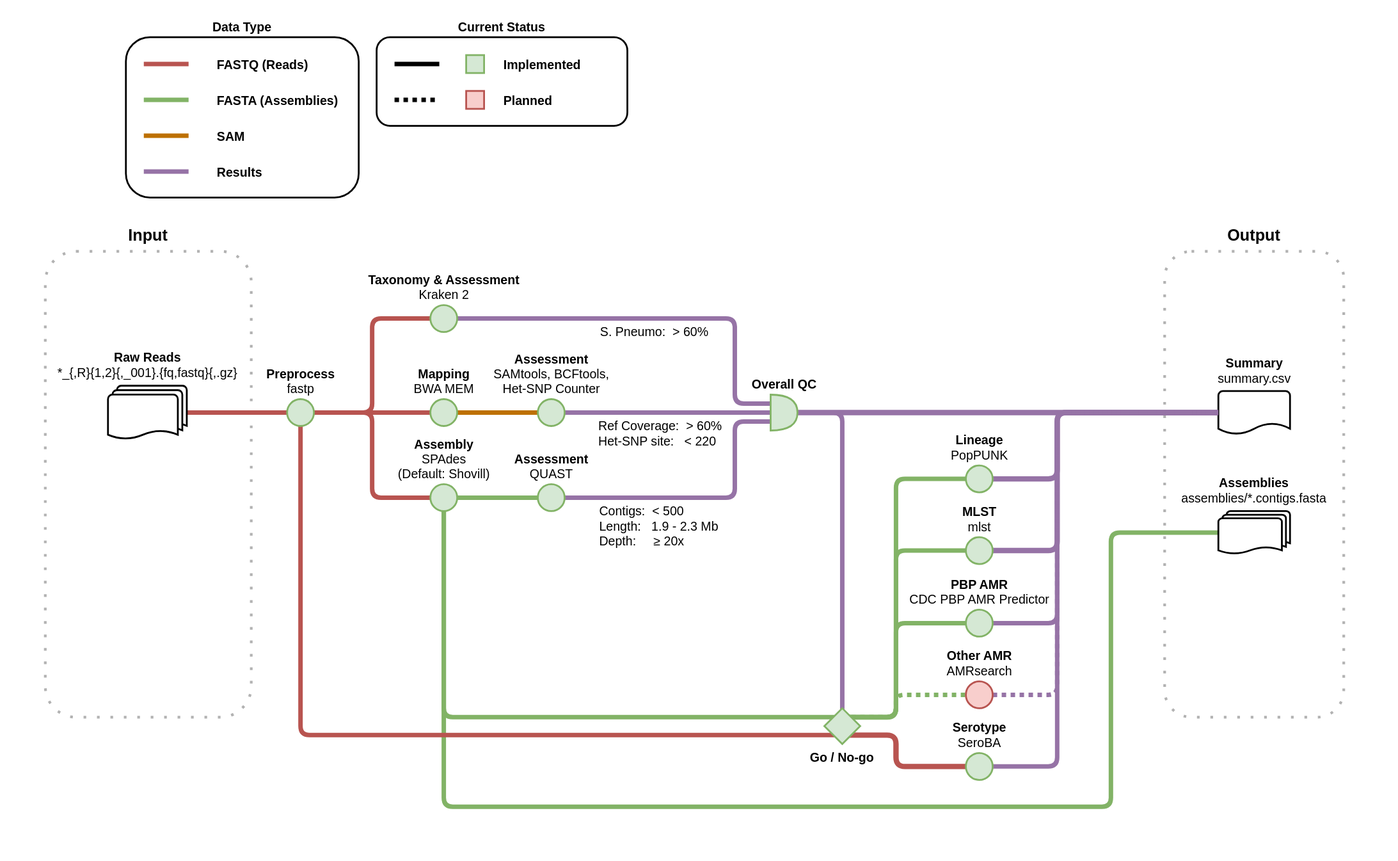
Above: doc/workflow.drawio.svg in sanger-bentley-group/gps-pipeline (draw.io), before the change. Source tidied: cells renumbered, new cells last; positions are measured from the earlier drawing's top-left corner, leaving out a move shared by most shapes.
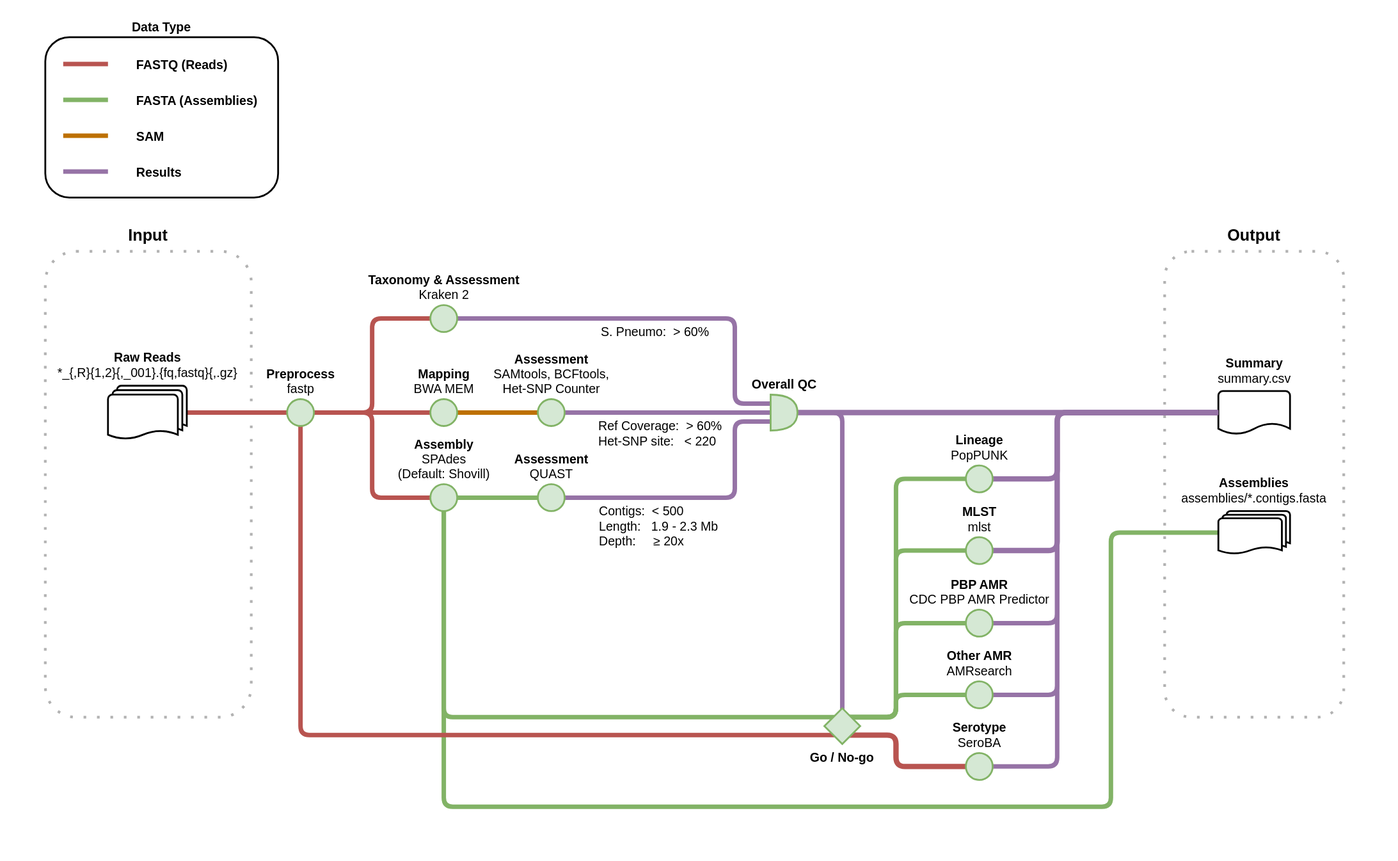
The same file after the commit.

What changed in the source:
```diff
@@ -11,11 +11,8 @@
     <mxCell id="4" value="Input" style="rounded=1;strokeColor=#000000;fillColor=none;dashed=1;strokeWidth=3;fontStyle=1;labelPosition=center;verticalLabelPosition=top;align=center;verticalAlign=bottom;fontSize=18;spacing=8;dashPattern=1 4;opacity=30;" parent="1" vertex="1">
       <mxGeometry x="50" y="280" width="230" height="520" as="geometry" />
     </mxCell>
-    <mxCell id="5" value="&lt;b style=&quot;font-size: 14px;&quot;&gt;Current Status&lt;/b&gt;" style="rounded=1;whiteSpace=wrap;html=1;strokeWidth=2;fillColor=none;labelPosition=center;verticalLabelPosition=top;align=center;verticalAlign=bottom;fontSize=14;" parent="1" vertex="1">
-      <mxGeometry x="420" y="41" width="280" height="99" as="geometry" />
-    </mxCell>
     <mxCell id="6" value="Data Type" style="rounded=1;whiteSpace=wrap;html=1;strokeWidth=2;fillColor=none;fontStyle=1;labelPosition=center;verticalLabelPosition=top;align=center;verticalAlign=bottom;spacing=2;fontSize=14;" parent="1" vertex="1">
-      <mxGeometry x="140" y="41" width="260" height="179" as="geometry" />
+      <mxGeometry x="50" y="41" width="260" height="179" as="geometry" />
     </mxCell>
     <mxCell id="7" style="edgeStyle=orthogonalEdgeStyle;rounded=1;jettySize=auto;html=1;entryX=0;entryY=0.5;entryDx=0;entryDy=0;endArrow=none;endFill=0;strokeWidth=5;fillColor=#f8cecc;strokeColor=#b85450;" parent="1" edge="1" source="8" target="54">
       <mxGeometry relative="1" as="geometry" />
@@ -34,8 +31,8 @@
     </mxCell>
     <mxCell id="12" style="endArrow=none;html=1;rounded=1;strokeWidth=5;fillColor=#f8cecc;strokeColor=#b85450;" parent="1" edge="1">
       <mxGeometry relative="1" as="geometry">
-        <mxPoint x="160" y="71" as="sourcePoint" />
-        <mxPoint x="210" y="71" as="targetPoint" />
+        <mxPoint x="70" y="71" as="sourcePoint" />
+        <mxPoint x="120" y="71" as="targetPoint" />
       </mxGeometry>
     </mxCell>
     <mxCell id="13" value="FASTQ (Reads)" style="edgeLabel;html=1;align=left;verticalAlign=middle;fontStyle=1;labelBackgroundColor=none;rounded=1;fontSize=14;" parent="12" vertex="1">
@@ -99,8 +96,8 @@
     </mxCell>
     <mxCell id="24" style="endArrow=none;html=1;rounded=1;strokeWidth=5;fillColor=#d5e8d4;strokeColor=#82b366;" parent="1" edge="1">
       <mxGeometry relative="1" as="geometry">
-        <mxPoint x="160" y="111" as="sourcePoint" />
-        <mxPoint x="210" y="111" as="targetPoint" />
+        <mxPoint x="70" y="111" as="sourcePoint" />
+        <mxPoint x="120" y="111" as="targetPoint" />
       </mxGeometry>
     </mxCell>
     <mxCell id="25" value="FASTA (Assemblies)" style="edgeLabel;html=1;align=left;verticalAlign=middle;fontStyle=1;labelBackgroundColor=none;rounded=1;fontSize=14;" parent="24" vertex="1">
@@ -110,8 +107,8 @@
     </mxCell>
     <mxCell id="26" style="endArrow=none;html=1;rounded=1;strokeWidth=5;fillColor=#f0a30a;strokeColor=#BD7000;" parent="1" edge="1">
       <mxGeometry relative="1" as="geometry">
-        <mxPoint x="160" y="151" as="sourcePoint" />
-        <mxPoint x="210" y="151" as="targetPoint" />
+        <mxPoint x="70" y="151" as="sourcePoint" />
+        <mxPoint x="120" y="151" as="targetPoint" />
       </mxGeometry>
     </mxCell>
     <mxCell id="27" value="SAM" style="edgeLabel;html=1;align=left;verticalAlign=middle;fontStyle=1;labelBackgroundColor=none;rounded=1;fontSize=14;" parent="26" vertex="1">
@@ -134,8 +131,8 @@
     </mxCell>
     <mxCell id="30" style="endArrow=none;html=1;rounded=1;strokeWidth=5;fillColor=#e1d5e7;strokeColor=#9673a6;" parent="1" edge="1">
       <mxGeometry relative="1" as="geometry">
-        <mxPoint x="160" y="191" as="sourcePoint" />
-        <mxPoint x="210" y="191" as="targetPoint" />
+        <mxPoint x="70" y="191" as="sourcePoint" />
+        <mxPoint x="120" y="191" as="targetPoint" />
       </mxGeometry>
     </mxCell>
     <mxCell id="31" value="Results" style="edgeLabel;html=1;align=left;verticalAlign=middle;fontStyle=1;labelBackgroundColor=none;rounded=1;fontSize=14;" parent="30" vertex="1">
@@ -209,34 +206,6 @@
     <mxCell id="40" value="&lt;b style=&quot;font-size: 14px&quot;&gt;Summary&lt;/b&gt;&lt;br style=&quot;font-size: 14px&quot;&gt;summary.csv" style="strokeWidth=2;html=1;shape=mxgraph.flowchart.document2;size=0.25;labelPosition=center;verticalLabelPosition=top;align=center;verticalAlign=bottom;rounded=1;spacing=5;fontSize=14;" parent="1" vertex="1">
       <mxGeometry x="1360" y="436" width="80" height="48" as="geometry" />
     </mxCell>
-    <mxCell id="41" style="endArrow=none;html=1;rounded=1;strokeWidth=5;fillColor=#f8cecc;strokeColor=#000000;" parent="1" edge="1">
-      <mxGeometry relative="1" as="geometry">
-        <mxPoint x="440" y="71" as="sourcePoint" />
-        <mxPoint x="490" y="71" as="targetPoint" />
-      </mxGeometry>
-    </mxCell>
-    <mxCell id="42" value="Implemented" style="edgeLabel;html=1;align=left;verticalAlign=middle;fontStyle=1;labelBackgroundColor=none;rounded=1;fontSize=14;" parent="41" vertex="1">
-      <mxGeometry x="0.4" relative="1" as="geometry">
-        <mxPoint x="85" as="offset" />
-      </mxGeometry>
-    </mxCell>
-    <mxCell id="43" style="endArrow=none;html=1;rounded=1;strokeWidth=5;fillColor=#f8cecc;strokeColor=#000000;dashed=1;dashPattern=1 1;" parent="1" edge="1">
-      <mxGeometry relative="1" as="geometry">
-        <mxPoint x="440" y="111" as="sourcePoint" />
-        <mxPoint x="490" y="111" as="targetPoint" />
-      </mxGeometry>
-    </mxCell>
-    <mxCell id="44" value="Planned" style="edgeLabel;html=1;align=left;verticalAlign=middle;fontStyle=1;labelBackgroundColor=none;rounded=1;fontSize=14;" parent="43" vertex="1">
-      <mxGeometry x="0.4" relative="1" as="geometry">
-        <mxPoint x="85" as="offset" />
-      </mxGeometry>
-    </mxCell>
-    <mxCell id="45" style="whiteSpace=wrap;html=1;fillColor=#d5e8d4;strokeColor=#82b366;strokeWidth=2;" parent="1" vertex="1">
-      <mxGeometry x="520" y="61" width="20" height="20" as="geometry" />
-    </mxCell>
-    <mxCell id="46" style="whiteSpace=wrap;html=1;fillColor=#f8cecc;strokeColor=#b85450;strokeWidth=2;" parent="1" vertex="1">
-      <mxGeometry x="520" y="101" width="20" height="20" as="geometry" />
-    </mxCell>
     <mxCell id="47" value="&lt;b style=&quot;font-size: 14px&quot;&gt;Assemblies&lt;/b&gt;&lt;br style=&quot;font-size: 14px&quot;&gt;assemblies/*.contigs.fasta" style="strokeWidth=2;html=1;shape=mxgraph.flowchart.multi-document;whiteSpace=wrap;size=0.25;labelPosition=center;verticalLabelPosition=top;align=center;verticalAlign=bottom;rounded=1;spacing=5;fontSize=14;" parent="1" vertex="1">
       <mxGeometry x="1360" y="570" width="80" height="48" as="geometry" />
     </mxCell>
@@ -266,7 +235,7 @@
     <mxCell id="54" value="&lt;b style=&quot;font-size: 14px;&quot;&gt;Preprocess&lt;/b&gt;&lt;br style=&quot;font-size: 14px;&quot;&gt;fastp" style="ellipse;html=1;strokeWidth=2;labelPosition=center;verticalLabelPosition=top;align=center;verticalAlign=bottom;fillColor=#d5e8d4;strokeColor=#82b366;rounded=1;fontSize=14;" parent="1" vertex="1">
       <mxGeometry x="320" y="445" width="30" height="30" as="geometry" />
     </mxCell>
-    <mxCell id="55" style="edgeStyle=orthogonalEdgeStyle;html=1;entryX=0;entryY=0.5;entryDx=0;entryDy=0;exitX=0.5;exitY=0.248;exitDx=0;exitDy=0;exitPerimeter=0;dashed=1;dashPattern=1 1;strokeWidth=5;endArrow=none;endFill=0;fillColor=#d5e8d4;strokeColor=#82b366;" parent="1" edge="1" source="56" target="63">
+    <mxCell id="55" style="edgeStyle=orthogonalEdgeStyle;html=1;entryX=0;entryY=0.5;entryDx=0;entryDy=0;exitX=0.5;exitY=0.248;exitDx=0;exitDy=0;exitPerimeter=0;strokeWidth=5;endArrow=none;endFill=0;fillColor=#d5e8d4;strokeColor=#82b366;" parent="1" edge="1" source="56" target="63">
       <mxGeometry relative="1" as="geometry">
         <Array as="points">
           <mxPoint x="1000" y="800" />
@@ -292,7 +261,7 @@
     <mxCell id="61" value="&lt;b style=&quot;font-size: 14px;&quot;&gt;Serotype&lt;/b&gt;&lt;br style=&quot;font-size: 14px;&quot;&gt;SeroBA" style="ellipse;html=1;strokeWidth=2;labelPosition=center;verticalLabelPosition=top;align=center;verticalAlign=bottom;fillColor=#d5e8d4;strokeColor=#82b366;rounded=1;fontSize=14;" parent="1" vertex="1">
       <mxGeometry x="1078" y="840" width="30" height="30" as="geometry" />
     </mxCell>
-    <mxCell id="62" style="edgeStyle=orthogonalEdgeStyle;html=1;entryX=0;entryY=0.5;entryDx=0;entryDy=0;entryPerimeter=0;dashed=1;dashPattern=1 1;endArrow=none;endFill=0;strokeWidth=5;fillColor=#e1d5e7;strokeColor=#9673a6;" parent="1" edge="1" source="63" target="40">
+    <mxCell id="62" style="edgeStyle=orthogonalEdgeStyle;html=1;entryX=0;entryY=0.5;entryDx=0;entryDy=0;entryPerimeter=0;endArrow=none;endFill=0;strokeWidth=5;fillColor=#e1d5e7;strokeColor=#9673a6;" parent="1" edge="1" source="63" target="40">
       <mxGeometry relative="1" as="geometry">
         <Array as="points">
           <mxPoint x="1180" y="775" />
@@ -300,7 +269,7 @@
         </Array>
       </mxGeometry>
     </mxCell>
-    <mxCell id="63" value="&lt;b&gt;Other AMR&lt;/b&gt;&lt;br&gt;AMRsearch" style="ellipse;html=1;strokeWidth=2;labelPosition=center;verticalLabelPosition=top;align=center;verticalAlign=bottom;fillColor=#f8cecc;strokeColor=#b85450;rounded=1;fontSize=14;" parent="1" vertex="1">
+    <mxCell id="63" value="&lt;b&gt;Other AMR&lt;/b&gt;&lt;br&gt;AMRsearch" style="ellipse;html=1;strokeWidth=2;labelPosition=center;verticalLabelPosition=top;align=center;verticalAlign=bottom;fillColor=#d5e8d4;strokeColor=#82b366;rounded=1;fontSize=14;" parent="1" vertex="1">
       <mxGeometry x="1078" y="760" width="30" height="30" as="geometry" />
     </mxCell>
   </root>
```
